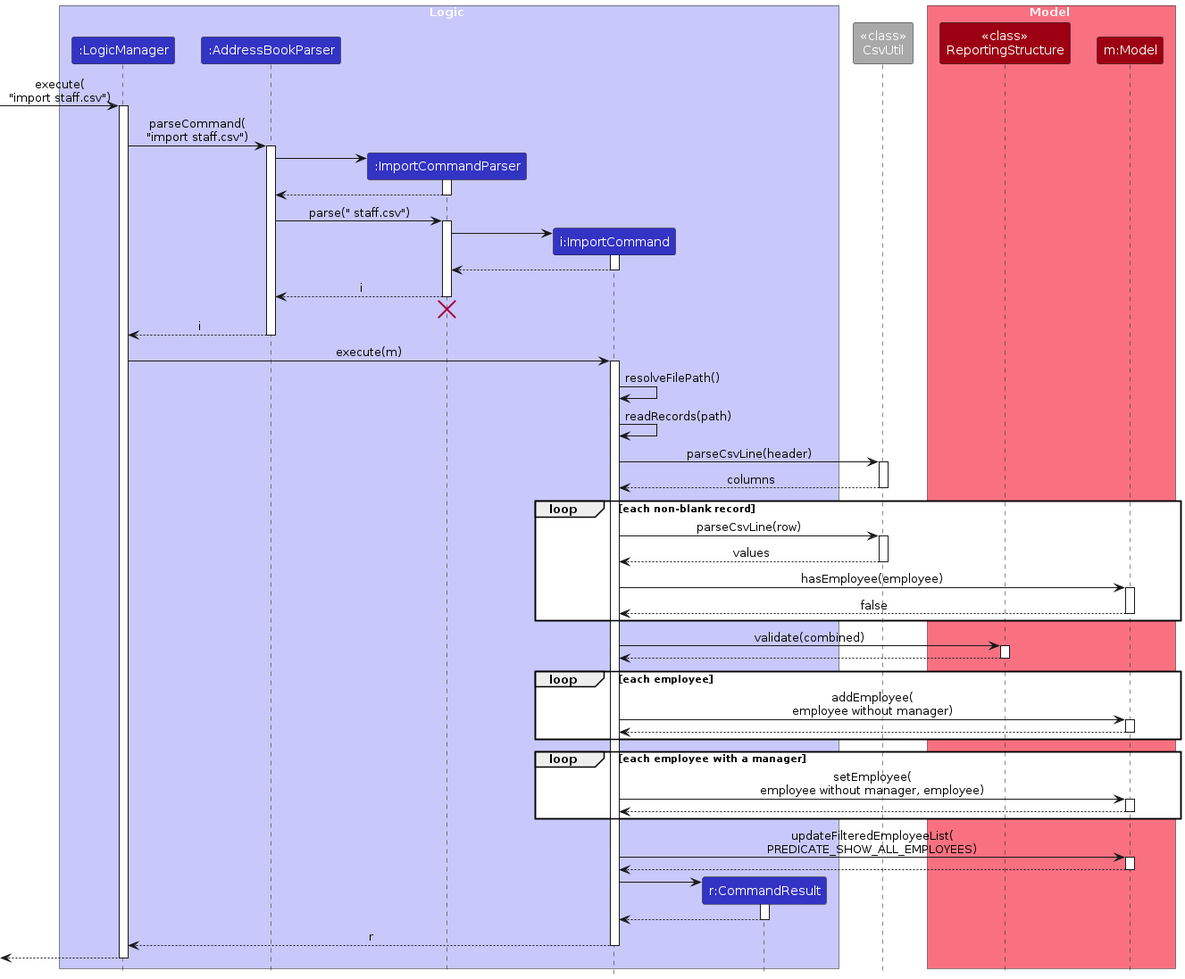
AY2627S1-CS2103T-W10-4/tp keeps this PlantUML diagram as diagrams/ImportSequenceDiagram.png. Above is the earlier version. Its source is kept beside it as diagrams/ImportSequenceDiagram.puml.
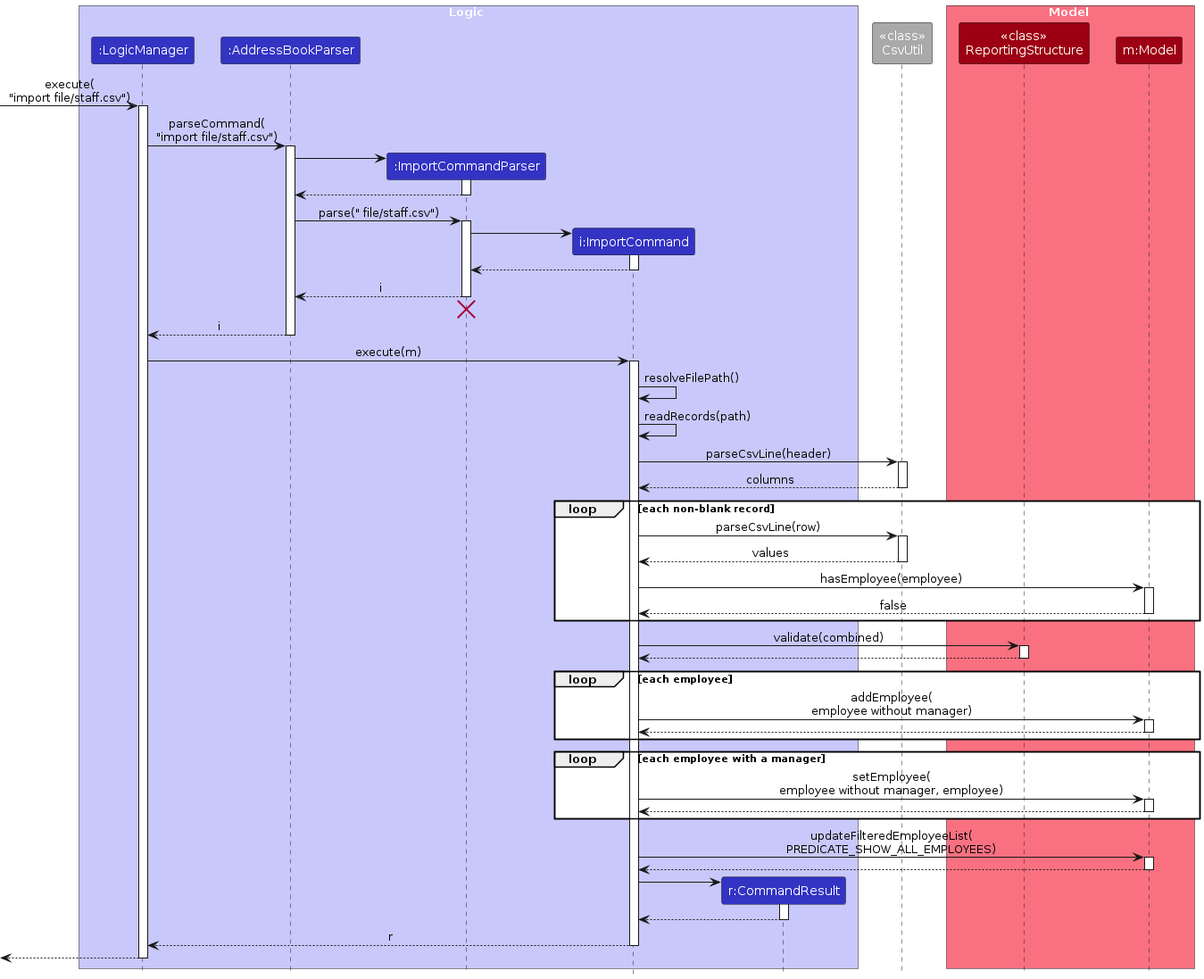
After the change.

What changed in the source:
```diff
@@ -17,10 +17,10 @@
 participant "m:Model" as Model MODEL_COLOR
 end box
 
-[-> LogicManager : execute(\n"import staff.csv")
+[-> LogicManager : execute(\n"import file/staff.csv")
 activate LogicManager
 
-LogicManager -> AddressBookParser : parseCommand(\n"import staff.csv")
+LogicManager -> AddressBookParser : parseCommand(\n"import file/staff.csv")
 activate AddressBookParser
 
 create ImportCommandParser
@@ -29,7 +29,7 @@
 ImportCommandParser --> AddressBookParser
 deactivate ImportCommandParser
 
-AddressBookParser -> ImportCommandParser : parse(" staff.csv")
+AddressBookParser -> ImportCommandParser : parse(" file/staff.csv")
 activate ImportCommandParser
 
 create ImportCommand
```
